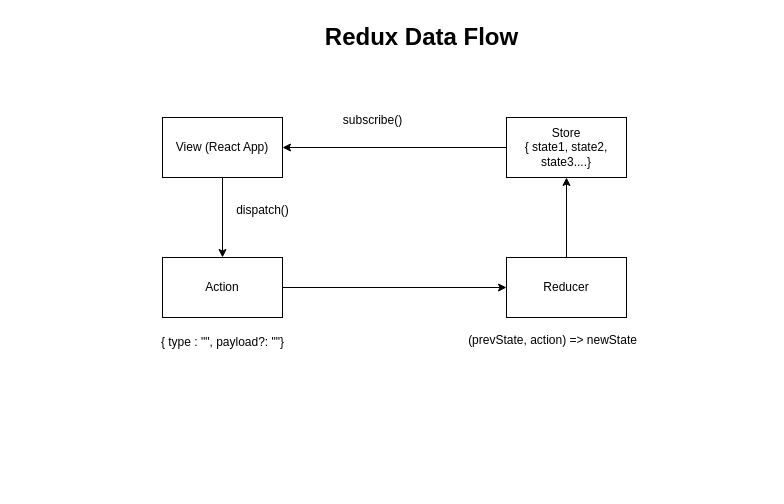
synergy2411/db-ui_b1 keeps this draw.io diagram as page "Page-4" (4 of 4) of training_material/diagrams.drawio. Above is the earlier version. Source tidied: cells renumbered, new cells numbered last; positions are measured from the earlier drawing's top-left corner, leaving out a move shared by most shapes. Both pictures are drawn from the tidied source at 100%, with x=0, y=0 at pixel (147, 17).
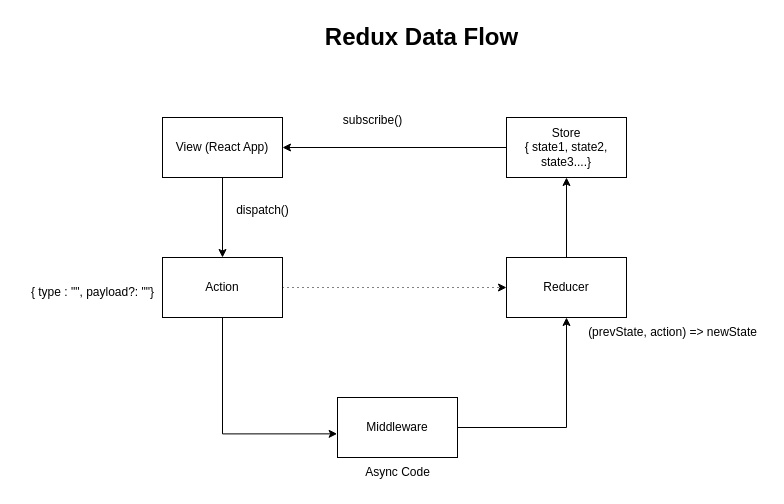
The same diagram, later.

Commit message (it also covers changes not shown here):
redux middleware added

What changed in the source:
```diff
@@
 <mxGraphModel>
   <root>
     <mxCell id="0" />
     <mxCell id="1" parent="0" />
     <mxCell id="2" value="Redux Data Flow" style="text;strokeColor=none;fillColor=none;html=1;fontSize=24;fontStyle=1;verticalAlign=middle;align=center;" parent="1" vertex="1">
       <mxGeometry x="224" width="100" height="40" as="geometry" />
     </mxCell>
     <mxCell id="3" style="edgeStyle=orthogonalEdgeStyle;rounded=0;jettySize=auto;html=1;" parent="1" edge="1" source="4" target="6">
       <mxGeometry relative="1" as="geometry" />
     </mxCell>
     <mxCell id="4" value="View (React App)" style="rounded=0;whiteSpace=wrap;html=1;" parent="1" vertex="1">
       <mxGeometry x="15" y="100" width="120" height="60" as="geometry" />
     </mxCell>
-    <mxCell id="5" style="edgeStyle=orthogonalEdgeStyle;rounded=0;jettySize=auto;html=1;" parent="1" edge="1" source="6" target="9">
+    <mxCell id="5" style="edgeStyle=orthogonalEdgeStyle;rounded=0;jettySize=auto;html=1;dashed=1;dashPattern=1 4;" parent="1" edge="1" source="6" target="9">
       <mxGeometry relative="1" as="geometry" />
     </mxCell>
     <mxCell id="6" value="Action" style="whiteSpace=wrap;html=1;rounded=0;" parent="1" vertex="1">
       <mxGeometry x="15" y="240" width="120" height="60" as="geometry" />
     </mxCell>
     <mxCell id="7" value="dispatch()" style="text;html=1;align=center;verticalAlign=middle;strokeColor=none;fillColor=none;" parent="1" vertex="1">
       <mxGeometry x="75" y="178" width="80" height="30" as="geometry" />
     </mxCell>
     <mxCell id="8" style="edgeStyle=orthogonalEdgeStyle;rounded=0;jettySize=auto;html=1;" parent="1" edge="1" source="9" target="13">
       <mxGeometry relative="1" as="geometry" />
     </mxCell>
     <mxCell id="9" value="Reducer" style="whiteSpace=wrap;html=1;rounded=0;" parent="1" vertex="1">
       <mxGeometry x="359" y="240" width="120" height="60" as="geometry" />
     </mxCell>
     <mxCell id="10" value="{ type : &quot;&quot;, payload?: &quot;&quot;}" style="text;html=1;align=center;verticalAlign=middle;strokeColor=none;fillColor=none;" parent="1" vertex="1">
-      <mxGeometry y="310" width="150" height="30" as="geometry" />
+      <mxGeometry x="-130" y="260" width="150" height="30" as="geometry" />
     </mxCell>
     <mxCell id="11" value="(prevState, action) =&amp;gt; newState" style="text;html=1;align=center;verticalAlign=middle;strokeColor=none;fillColor=none;" parent="1" vertex="1">
-      <mxGeometry x="310" y="308" width="190" height="30" as="geometry" />
+      <mxGeometry x="430" y="300" width="190" height="30" as="geometry" />
     </mxCell>
     <mxCell id="12" style="edgeStyle=orthogonalEdgeStyle;rounded=0;jettySize=auto;html=1;exitX=0;exitY=0.5;exitDx=0;exitDy=0;entryX=1;entryY=0.5;entryDx=0;entryDy=0;" parent="1" edge="1" source="13" target="4">
       <mxGeometry relative="1" as="geometry" />
     </mxCell>
     <mxCell id="13" value="Store&lt;div&gt;{ state1, state2, state3....}&lt;/div&gt;" style="whiteSpace=wrap;html=1;rounded=0;" parent="1" vertex="1">
       <mxGeometry x="359" y="100" width="120" height="60" as="geometry" />
     </mxCell>
     <mxCell id="14" value="subscribe()" style="text;html=1;align=center;verticalAlign=middle;strokeColor=none;fillColor=none;" parent="1" vertex="1">
       <mxGeometry x="185" y="88" width="80" height="30" as="geometry" />
     </mxCell>
+    <mxCell id="15" style="edgeStyle=orthogonalEdgeStyle;rounded=0;jettySize=auto;html=1;exitX=1;exitY=0.5;exitDx=0;exitDy=0;" parent="1" edge="1" source="16" target="9">
+      <mxGeometry relative="1" as="geometry" />
+    </mxCell>
+    <mxCell id="16" value="Middleware" style="rounded=0;whiteSpace=wrap;html=1;" parent="1" vertex="1">
+      <mxGeometry x="190" y="380" width="120" height="60" as="geometry" />
+    </mxCell>
+    <mxCell id="17" style="edgeStyle=orthogonalEdgeStyle;rounded=0;jettySize=auto;html=1;exitX=0.5;exitY=1;exitDx=0;exitDy=0;entryX=-0.003;entryY=0.606;entryDx=0;entryDy=0;entryPerimeter=0;" parent="1" edge="1" source="6" target="16">
+      <mxGeometry relative="1" as="geometry" />
+    </mxCell>
+    <mxCell id="18" value="Async Code" style="text;html=1;align=center;verticalAlign=middle;strokeColor=none;fillColor=none;" parent="1" vertex="1">
+      <mxGeometry x="205" y="440" width="90" height="30" as="geometry" />
+    </mxCell>
   </root>
 </mxGraphModel>
```
